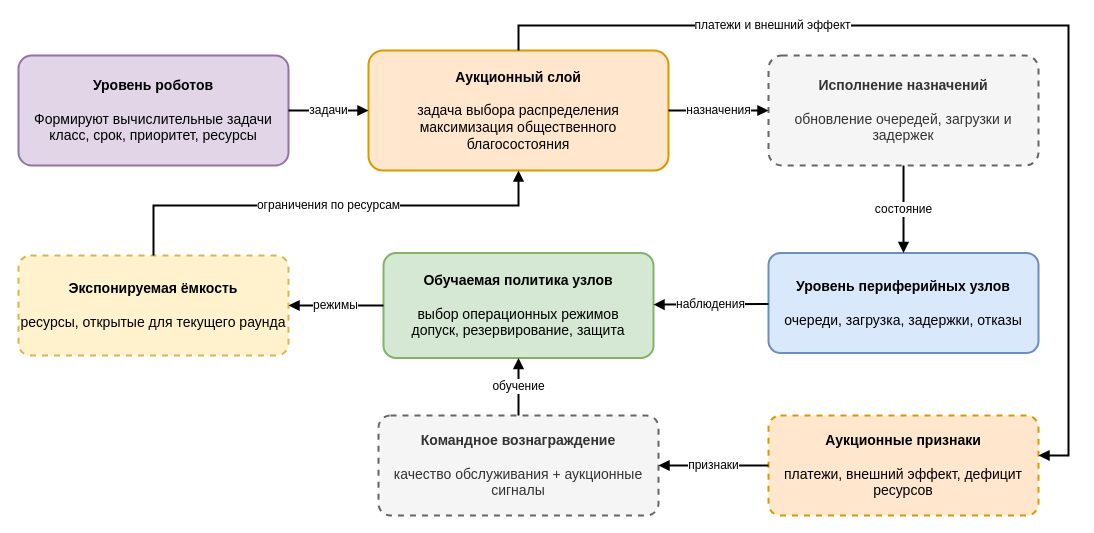
Above: Dissertation/images/drawio/ch5_ample_architecture.drawio in Dima12101/SPbU-Phd-LaTeX-Dissertation (draw.io), before the change. Source tidied: cells renumbered, new cells numbered last; positions are measured from the earlier drawing's top-left corner, leaving out a move shared by most shapes. Both pictures are drawn from the tidied source at 100%, with x=0, y=0 at pixel (18, 25).
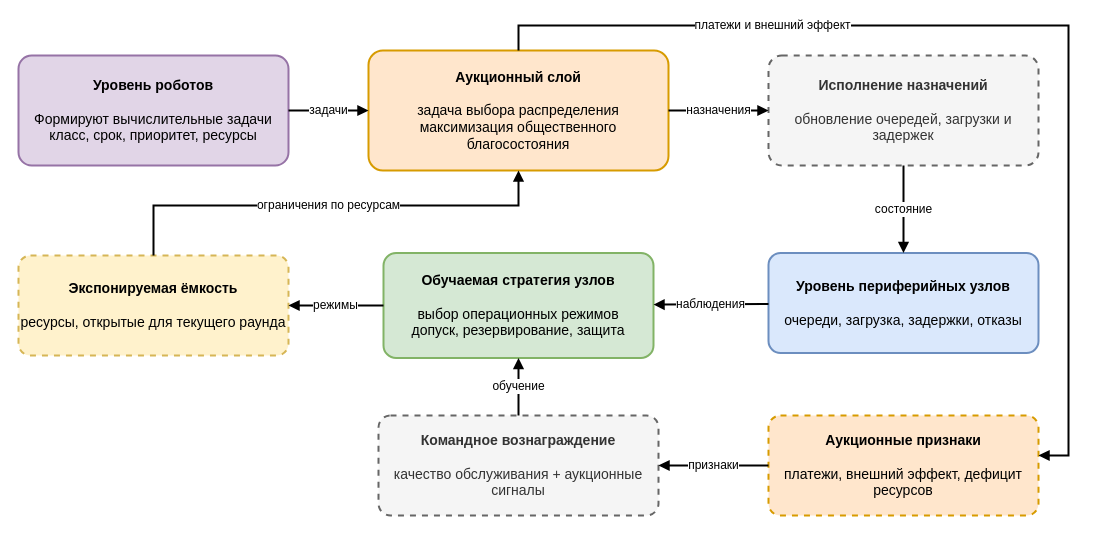
Above is the later version.

The edit, as a diff of the source:
```diff
@@
-    <mxCell id="4" value="&lt;b&gt;Обучаемая политика узлов&lt;/b&gt;&lt;div&gt;&lt;b&gt;&lt;br&gt;&lt;/b&gt;выбор операционных режимов&lt;br&gt;допуск, резервирование, защита&lt;/div&gt;" style="rounded=1;whiteSpace=wrap;html=1;arcSize=12;strokeWidth=2;fillColor=#d5e8d4;strokeColor=#82b366;fontSize=14;" parent="1" vertex="1">
+    <mxCell id="4" value="&lt;b&gt;Обучаемая стратегия узлов&lt;/b&gt;&lt;div&gt;&lt;b&gt;&lt;br&gt;&lt;/b&gt;выбор операционных режимов&lt;br&gt;допуск, резервирование, защита&lt;/div&gt;" style="rounded=1;whiteSpace=wrap;html=1;arcSize=12;strokeWidth=2;fillColor=#d5e8d4;strokeColor=#82b366;fontSize=14;" parent="1" vertex="1">
       <mxGeometry x="365" y="227.5" width="270" height="105" as="geometry" />
     </mxCell>
```
